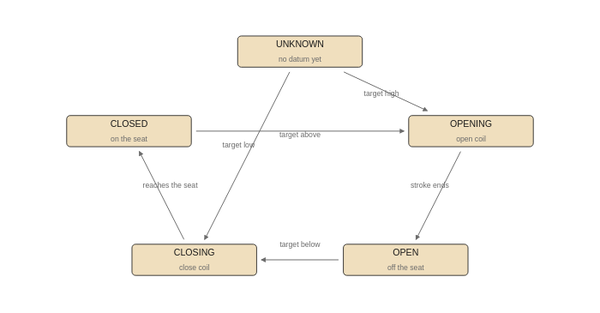
Above: images/logic/block_Actuator.drawio.svg in pstch/botanik2 (draw.io), before the change. Source tidied: cells renumbered, new cells last; positions are measured from the earlier drawing's top-left corner, leaving out a move shared by most shapes.
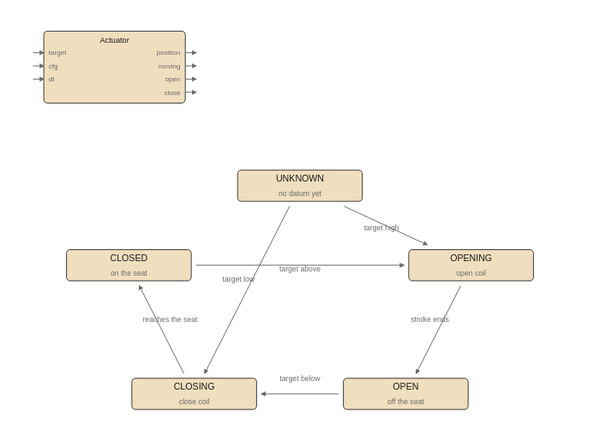
The same diagram one commit later.

What changed in the source:
```diff
@@ -2,74 +2,143 @@
   <root>
     <mxCell id="0" />
     <mxCell id="1" parent="0" />
-    <mxCell id="2" value="UNKNOWN" style="rounded=1;fillColor=#f0dfbe;strokeColor=#1a1a1a;whiteSpace=wrap;html=1;fontSize=8;" parent="1" vertex="1">
-      <mxGeometry x="143" width="104" height="26" as="geometry" />
+    <mxCell id="2" style="rounded=1;fillColor=#f0dfbe;strokeColor=#1a1a1a;whiteSpace=wrap;html=1;fontSize=8;" parent="1" vertex="1">
+      <mxGeometry x="-18.6" y="-4" width="118" height="60" as="geometry" />
     </mxCell>
-    <mxCell id="3" value="OPENING" style="rounded=1;fillColor=#f0dfbe;strokeColor=#1a1a1a;whiteSpace=wrap;html=1;fontSize=8;" parent="1" vertex="1">
-      <mxGeometry x="285.7" y="66.3" width="104" height="26" as="geometry" />
+    <mxCell id="3" value="Actuator" style="text;html=1;fontSize=6;fontColor=#1a1a1a;align=center;" parent="1" vertex="1">
+      <mxGeometry x="40.4" y="-0.6" width="40" height="10.6" as="geometry" />
     </mxCell>
-    <mxCell id="4" value="OPEN" style="rounded=1;fillColor=#f0dfbe;strokeColor=#1a1a1a;whiteSpace=wrap;html=1;fontSize=8;" parent="1" vertex="1">
-      <mxGeometry x="231.2" y="173.7" width="104" height="26" as="geometry" />
+    <mxCell id="4" value="target" style="text;html=1;fontSize=5;fontColor=#6b6b6b;align=left;" parent="1" vertex="1">
+      <mxGeometry x="-14.6" y="10.2" width="40" height="9.8" as="geometry" />
     </mxCell>
-    <mxCell id="5" value="CLOSING" style="rounded=1;fillColor=#f0dfbe;strokeColor=#1a1a1a;whiteSpace=wrap;html=1;fontSize=8;" parent="1" vertex="1">
-      <mxGeometry x="54.8" y="173.7" width="104" height="26" as="geometry" />
-    </mxCell>
+    <mxCell id="19" style="edgeStyle=none;html=1;strokeColor=#6b6b6b;endArrow=block;" parent="1" edge="1">
+      <mxGeometry relative="1" as="geometry">
+        <mxPoint x="-27.6" y="14" as="sourcePoint" />
+        <mxPoint x="-18.6" y="14" as="targetPoint" />
+      </mxGeometry>
+    </mxCell>
-    <mxCell id="6" value="CLOSED" style="rounded=1;fillColor=#f0dfbe;strokeColor=#1a1a1a;whiteSpace=wrap;html=1;fontSize=8;" parent="1" vertex="1">
-      <mxGeometry x="0.3" y="66.3" width="104" height="26" as="geometry" />
+    <mxCell id="6" value="cfg" style="text;html=1;fontSize=5;fontColor=#6b6b6b;align=left;" parent="1" vertex="1">
+      <mxGeometry x="-14.6" y="21.2" width="40" height="9.8" as="geometry" />
     </mxCell>
     <mxCell id="7" style="edgeStyle=none;html=1;strokeColor=#6b6b6b;endArrow=block;" parent="1" edge="1">
       <mxGeometry relative="1" as="geometry">
-        <mxPoint x="231.6" y="30" as="sourcePoint" />
-        <mxPoint x="301.1" y="62.3" as="targetPoint" />
+        <mxPoint x="-27.6" y="25" as="sourcePoint" />
+        <mxPoint x="-18.6" y="25" as="targetPoint" />
       </mxGeometry>
     </mxCell>
-    <mxCell id="8" value="target high" style="text;html=1;fontSize=6;fontColor=#6b6b6b;align=center;" parent="1" vertex="1">
-      <mxGeometry x="263" y="44.2" width="55" height="10.2" as="geometry" />
+    <mxCell id="8" value="dt" style="text;html=1;fontSize=5;fontColor=#6b6b6b;align=left;" parent="1" vertex="1">
+      <mxGeometry x="-14.6" y="32.2" width="40" height="9.8" as="geometry" />
     </mxCell>
     <mxCell id="9" style="edgeStyle=none;html=1;strokeColor=#6b6b6b;endArrow=block;" parent="1" edge="1">
       <mxGeometry relative="1" as="geometry">
-        <mxPoint x="186.4" y="30" as="sourcePoint" />
-        <mxPoint x="115.5" y="169.7" as="targetPoint" />
+        <mxPoint x="-27.6" y="36" as="sourcePoint" />
+        <mxPoint x="-18.6" y="36" as="targetPoint" />
       </mxGeometry>
     </mxCell>
-    <mxCell id="10" value="target low" style="text;html=1;fontSize=6;fontColor=#6b6b6b;align=center;" parent="1" vertex="1">
-      <mxGeometry x="143.8" y="87" width="50" height="10.2" as="geometry" />
+    <mxCell id="10" value="position" style="text;html=1;fontSize=5;fontColor=#6b6b6b;align=left;" parent="1" vertex="1">
+      <mxGeometry x="95.4" y="10.2" width="40" height="9.8" as="geometry" />
     </mxCell>
     <mxCell id="11" style="edgeStyle=none;html=1;strokeColor=#6b6b6b;endArrow=block;" parent="1" edge="1">
       <mxGeometry relative="1" as="geometry">
-        <mxPoint x="329" y="96.3" as="sourcePoint" />
-        <mxPoint x="291.8" y="169.7" as="targetPoint" />
+        <mxPoint x="99.4" y="14" as="sourcePoint" />
+        <mxPoint x="108.4" y="14" as="targetPoint" />
       </mxGeometry>
     </mxCell>
-    <mxCell id="12" value="stroke ends" style="text;html=1;fontSize=6;fontColor=#6b6b6b;align=center;" parent="1" vertex="1">
-      <mxGeometry x="303.3" y="120.2" width="55" height="10.2" as="geometry" />
+    <mxCell id="12" value="moving" style="text;html=1;fontSize=5;fontColor=#6b6b6b;align=left;" parent="1" vertex="1">
+      <mxGeometry x="95.4" y="21.2" width="40" height="9.8" as="geometry" />
     </mxCell>
     <mxCell id="13" style="edgeStyle=none;html=1;strokeColor=#6b6b6b;endArrow=block;" parent="1" edge="1">
       <mxGeometry relative="1" as="geometry">
-        <mxPoint x="227.2" y="186.7" as="sourcePoint" />
-        <mxPoint x="162.8" y="186.7" as="targetPoint" />
+        <mxPoint x="99.4" y="25" as="sourcePoint" />
+        <mxPoint x="108.4" y="25" as="targetPoint" />
       </mxGeometry>
     </mxCell>
-    <mxCell id="14" value="target below" style="text;html=1;fontSize=6;fontColor=#6b6b6b;align=center;" parent="1" vertex="1">
-      <mxGeometry x="195" y="169.5" width="60" height="10.2" as="geometry" />
+    <mxCell id="14" value="open" style="text;html=1;fontSize=5;fontColor=#6b6b6b;align=left;" parent="1" vertex="1">
+      <mxGeometry x="95.4" y="32.2" width="40" height="9.8" as="geometry" />
     </mxCell>
     <mxCell id="15" style="edgeStyle=none;html=1;strokeColor=#6b6b6b;endArrow=block;" parent="1" edge="1">
       <mxGeometry relative="1" as="geometry">
-        <mxPoint x="98.2" y="169.7" as="sourcePoint" />
-        <mxPoint x="61" y="96.3" as="targetPoint" />
+        <mxPoint x="99.4" y="36" as="sourcePoint" />
+        <mxPoint x="108.4" y="36" as="targetPoint" />
       </mxGeometry>
     </mxCell>
-    <mxCell id="16" value="reaches the seat" style="text;html=1;fontSize=6;fontColor=#6b6b6b;align=center;" parent="1" vertex="1">
-      <mxGeometry x="86.7" y="120.2" width="80" height="10.2" as="geometry" />
+    <mxCell id="16" value="close" style="text;html=1;fontSize=5;fontColor=#6b6b6b;align=left;" parent="1" vertex="1">
+      <mxGeometry x="95.4" y="43.2" width="40" height="9.8" as="geometry" />
     </mxCell>
     <mxCell id="17" style="edgeStyle=none;html=1;strokeColor=#6b6b6b;endArrow=block;" parent="1" edge="1">
       <mxGeometry relative="1" as="geometry">
-        <mxPoint x="108.3" y="79.3" as="sourcePoint" />
-        <mxPoint x="281.7" y="79.3" as="targetPoint" />
+        <mxPoint x="99.4" y="47" as="sourcePoint" />
+        <mxPoint x="108.4" y="47" as="targetPoint" />
       </mxGeometry>
     </mxCell>
-    <mxCell id="18" value="target above" style="text;html=1;fontSize=6;fontColor=#6b6b6b;align=center;" parent="1" vertex="1">
-      <mxGeometry x="195" y="78.1" width="60" height="10.2" as="geometry" />
+    <mxCell id="18" value="UNKNOWN" style="rounded=1;fillColor=#f0dfbe;strokeColor=#1a1a1a;whiteSpace=wrap;html=1;fontSize=8;" parent="1" vertex="1">
+      <mxGeometry x="143" y="112" width="104" height="26" as="geometry" />
     </mxCell>
+    <mxCell id="20" value="OPENING" style="rounded=1;fillColor=#f0dfbe;strokeColor=#1a1a1a;whiteSpace=wrap;html=1;fontSize=8;" parent="1" vertex="1">
+      <mxGeometry x="285.7" y="178.3" width="104" height="26" as="geometry" />
+    </mxCell>
+    <mxCell id="21" value="OPEN" style="rounded=1;fillColor=#f0dfbe;strokeColor=#1a1a1a;whiteSpace=wrap;html=1;fontSize=8;" parent="1" vertex="1">
+      <mxGeometry x="231.2" y="285.7" width="104" height="26" as="geometry" />
+    </mxCell>
+    <mxCell id="5" value="CLOSING" style="rounded=1;fillColor=#f0dfbe;strokeColor=#1a1a1a;whiteSpace=wrap;html=1;fontSize=8;" parent="1" vertex="1">
+      <mxGeometry x="54.8" y="285.7" width="104" height="26" as="geometry" />
+    </mxCell>
+    <mxCell id="22" value="CLOSED" style="rounded=1;fillColor=#f0dfbe;strokeColor=#1a1a1a;whiteSpace=wrap;html=1;fontSize=8;" parent="1" vertex="1">
+      <mxGeometry x="0.3" y="178.3" width="104" height="26" as="geometry" />
+    </mxCell>
+    <mxCell id="23" style="edgeStyle=none;html=1;strokeColor=#6b6b6b;endArrow=block;" parent="1" edge="1">
+      <mxGeometry relative="1" as="geometry">
+        <mxPoint x="231.6" y="142" as="sourcePoint" />
+        <mxPoint x="301.1" y="174.3" as="targetPoint" />
+      </mxGeometry>
+    </mxCell>
+    <mxCell id="24" value="target high" style="text;html=1;fontSize=6;fontColor=#6b6b6b;align=center;" parent="1" vertex="1">
+      <mxGeometry x="263" y="156.2" width="55" height="10.2" as="geometry" />
+    </mxCell>
+    <mxCell id="25" style="edgeStyle=none;html=1;strokeColor=#6b6b6b;endArrow=block;" parent="1" edge="1">
+      <mxGeometry relative="1" as="geometry">
+        <mxPoint x="186.4" y="142" as="sourcePoint" />
+        <mxPoint x="115.5" y="281.7" as="targetPoint" />
+      </mxGeometry>
+    </mxCell>
+    <mxCell id="26" value="target low" style="text;html=1;fontSize=6;fontColor=#6b6b6b;align=center;" parent="1" vertex="1">
+      <mxGeometry x="143.8" y="199" width="50" height="10.2" as="geometry" />
+    </mxCell>
+    <mxCell id="27" style="edgeStyle=none;html=1;strokeColor=#6b6b6b;endArrow=block;" parent="1" edge="1">
+      <mxGeometry relative="1" as="geometry">
+        <mxPoint x="329" y="208.3" as="sourcePoint" />
+        <mxPoint x="291.8" y="281.7" as="targetPoint" />
+      </mxGeometry>
+    </mxCell>
+    <mxCell id="28" value="stroke ends" style="text;html=1;fontSize=6;fontColor=#6b6b6b;align=center;" parent="1" vertex="1">
+      <mxGeometry x="303.3" y="232.2" width="55" height="10.2" as="geometry" />
+    </mxCell>
+    <mxCell id="29" style="edgeStyle=none;html=1;strokeColor=#6b6b6b;endArrow=block;" parent="1" edge="1">
+      <mxGeometry relative="1" as="geometry">
+        <mxPoint x="227.2" y="298.7" as="sourcePoint" />
+        <mxPoint x="162.8" y="298.7" as="targetPoint" />
+      </mxGeometry>
+    </mxCell>
+    <mxCell id="30" value="target below" style="text;html=1;fontSize=6;fontColor=#6b6b6b;align=center;" parent="1" vertex="1">
+      <mxGeometry x="195" y="281.5" width="60" height="10.2" as="geometry" />
+    </mxCell>
+    <mxCell id="31" style="edgeStyle=none;html=1;strokeColor=#6b6b6b;endArrow=block;" parent="1" edge="1">
+      <mxGeometry relative="1" as="geometry">
+        <mxPoint x="98.2" y="281.7" as="sourcePoint" />
+        <mxPoint x="61" y="208.3" as="targetPoint" />
+      </mxGeometry>
+    </mxCell>
+    <mxCell id="32" value="reaches the seat" style="text;html=1;fontSize=6;fontColor=#6b6b6b;align=center;" parent="1" vertex="1">
+      <mxGeometry x="86.7" y="232.2" width="80" height="10.2" as="geometry" />
+    </mxCell>
+    <mxCell id="33" style="edgeStyle=none;html=1;strokeColor=#6b6b6b;endArrow=block;" parent="1" edge="1">
+      <mxGeometry relative="1" as="geometry">
+        <mxPoint x="108.3" y="191.3" as="sourcePoint" />
+        <mxPoint x="281.7" y="191.3" as="targetPoint" />
+      </mxGeometry>
+    </mxCell>
+    <mxCell id="34" value="target above" style="text;html=1;fontSize=6;fontColor=#6b6b6b;align=center;" parent="1" vertex="1">
+      <mxGeometry x="195" y="190.1" width="60" height="10.2" as="geometry" />
+    </mxCell>
   </root>
 </mxGraphModel>
```
